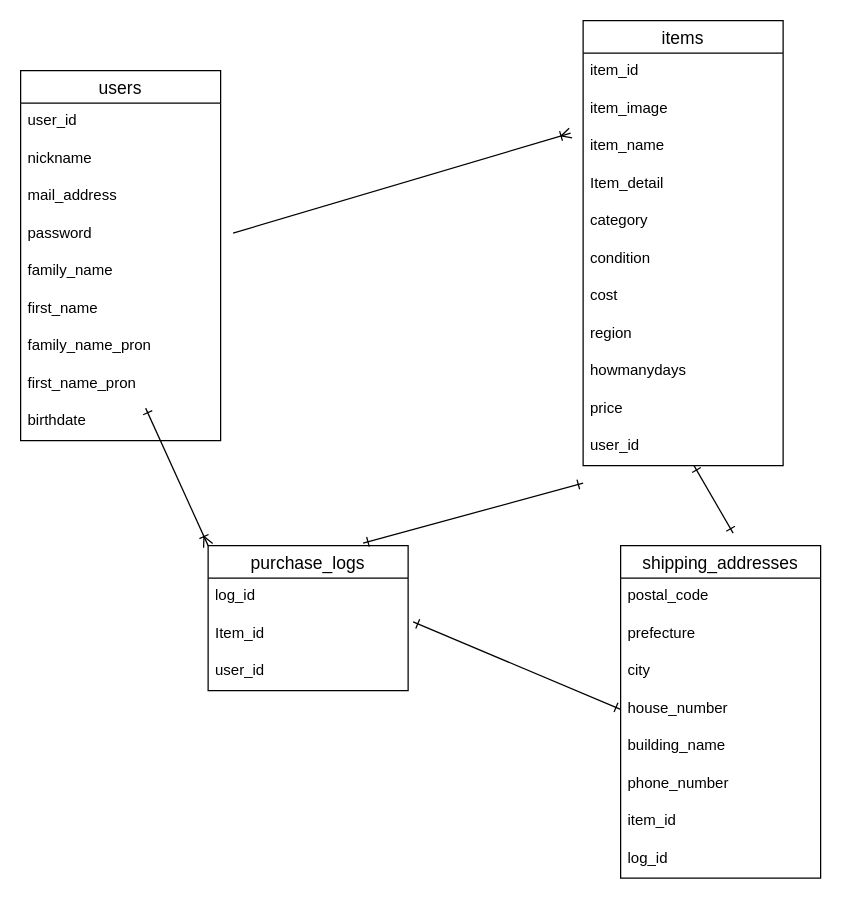
Above: planboard.dio in naoyaaaa/furima-39452 (draw.io), before the change. Source tidied: cells renumbered, new cells numbered last; positions are measured from the earlier drawing's top-left corner, leaving out a move shared by most shapes. Both pictures are drawn from the tidied source at 125%, with x=0, y=0 at pixel (20, 20).
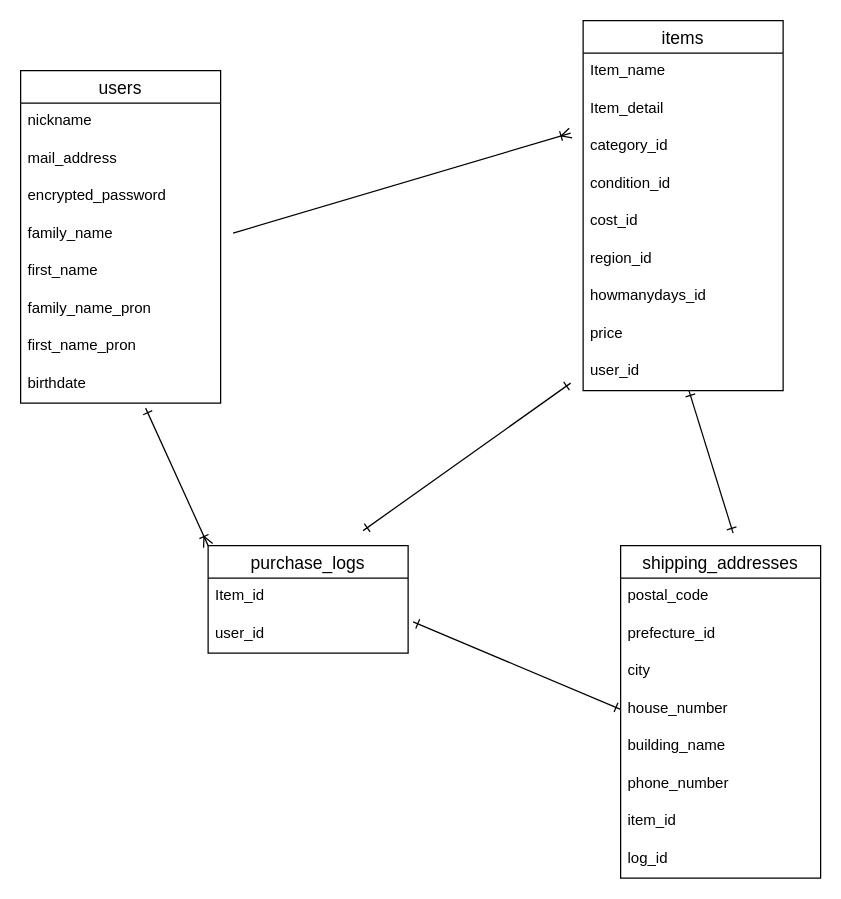
Above is the later version.

Commit message (it also covers changes not shown here):
データベース設計完了２

Unchanged cells that the change refers to:
```xml
<mxCell id="28" value="shipping_addresses" style="swimlane;fontStyle=0;horizontal=1;startSize=26;align=center;fontSize=14;" parent="1" vertex="1">
  <mxGeometry x="480" y="420" width="160" height="266" as="geometry" />
</mxCell>
<mxCell id="32" value="house_number" style="text;strokeColor=none;fillColor=none;spacingLeft=4;spacingRight=4;overflow=hidden;points=[[0,0.5],[1,0.5]];portConstraint=eastwest;fontSize=12;" parent="28" vertex="1">
  <mxGeometry y="116" width="160" height="30" as="geometry" />
</mxCell>
```

What changed in the source:
```diff
@@
     <mxCell id="2" value="users" style="swimlane;fontStyle=0;horizontal=1;startSize=26;align=center;fontSize=14;" parent="1" vertex="1">
-      <mxGeometry y="40" width="160" height="296" as="geometry" />
+      <mxGeometry y="40" width="160" height="266" as="geometry" />
     </mxCell>
-    <mxCell id="3" value="user_id" style="text;strokeColor=none;fillColor=none;spacingLeft=4;spacingRight=4;overflow=hidden;fontSize=12;" parent="2" vertex="1">
-      <mxGeometry y="26" width="160" height="30" as="geometry" />
-    </mxCell>
     <mxCell id="4" value="nickname" style="text;strokeColor=none;fillColor=none;spacingLeft=4;spacingRight=4;overflow=hidden;fontSize=12;" parent="2" vertex="1">
-      <mxGeometry y="56" width="160" height="30" as="geometry" />
+      <mxGeometry y="26" width="160" height="30" as="geometry" />
     </mxCell>
     <mxCell id="5" value="mail_address" style="text;strokeColor=none;fillColor=none;spacingLeft=4;spacingRight=4;overflow=hidden;fontSize=12;" parent="2" vertex="1">
-      <mxGeometry y="86" width="160" height="30" as="geometry" />
+      <mxGeometry y="56" width="160" height="30" as="geometry" />
     </mxCell>
-    <mxCell id="6" value="password" style="text;strokeColor=none;fillColor=none;spacingLeft=4;spacingRight=4;overflow=hidden;fontSize=12;" parent="2" vertex="1">
-      <mxGeometry y="116" width="160" height="30" as="geometry" />
+    <mxCell id="6" value="encrypted_password" style="text;strokeColor=none;fillColor=none;spacingLeft=4;spacingRight=4;overflow=hidden;fontSize=12;" parent="2" vertex="1">
+      <mxGeometry y="86" width="160" height="30" as="geometry" />
     </mxCell>
     <mxCell id="7" value="family_name" style="text;strokeColor=none;fillColor=none;spacingLeft=4;spacingRight=4;overflow=hidden;fontSize=12;" parent="2" vertex="1">
-      <mxGeometry y="146" width="160" height="30" as="geometry" />
+      <mxGeometry y="116" width="160" height="30" as="geometry" />
     </mxCell>
     <mxCell id="8" value="first_name" style="text;strokeColor=none;fillColor=none;spacingLeft=4;spacingRight=4;overflow=hidden;fontSize=12;" parent="2" vertex="1">
-      <mxGeometry y="176" width="160" height="30" as="geometry" />
+      <mxGeometry y="146" width="160" height="30" as="geometry" />
     </mxCell>
     <mxCell id="9" value="family_name_pron" style="text;strokeColor=none;fillColor=none;spacingLeft=4;spacingRight=4;overflow=hidden;fontSize=12;" parent="2" vertex="1">
-      <mxGeometry y="206" width="160" height="30" as="geometry" />
+      <mxGeometry y="176" width="160" height="30" as="geometry" />
     </mxCell>
     <mxCell id="10" value="first_name_pron" style="text;strokeColor=none;fillColor=none;spacingLeft=4;spacingRight=4;overflow=hidden;fontSize=12;" parent="2" vertex="1">
-      <mxGeometry y="236" width="160" height="30" as="geometry" />
+      <mxGeometry y="206" width="160" height="30" as="geometry" />
     </mxCell>
     <mxCell id="11" value="birthdate" style="text;strokeColor=none;fillColor=none;spacingLeft=4;spacingRight=4;overflow=hidden;fontSize=12;" parent="2" vertex="1">
-      <mxGeometry y="266" width="160" height="30" as="geometry" />
+      <mxGeometry y="236" width="160" height="30" as="geometry" />
     </mxCell>
     <mxCell id="12" value="items" style="swimlane;fontStyle=0;horizontal=1;startSize=26;align=center;fontSize=14;" parent="1" vertex="1">
-      <mxGeometry x="450" width="160" height="356" as="geometry" />
+      <mxGeometry x="450" width="160" height="296" as="geometry" />
     </mxCell>
-    <mxCell id="13" value="item_id" style="text;strokeColor=none;fillColor=none;spacingLeft=4;spacingRight=4;overflow=hidden;fontSize=12;" parent="12" vertex="1">
-      <mxGeometry y="26" width="160" height="30" as="geometry" />
-    </mxCell>
-    <mxCell id="14" value="item_image" style="text;strokeColor=none;fillColor=none;spacingLeft=4;spacingRight=4;overflow=hidden;fontSize=12;" parent="12" vertex="1">
-      <mxGeometry y="56" width="160" height="30" as="geometry" />
-    </mxCell>
-    <mxCell id="15" value="item_name" style="text;strokeColor=none;fillColor=none;spacingLeft=4;spacingRight=4;overflow=hidden;fontSize=12;" parent="12" vertex="1">
-      <mxGeometry y="86" width="160" height="30" as="geometry" />
-    </mxCell>
-    <mxCell id="16" value="Item_detail" style="text;strokeColor=none;fillColor=none;spacingLeft=4;spacingRight=4;overflow=hidden;fontSize=12;" parent="12" vertex="1">
-      <mxGeometry y="116" width="160" height="30" as="geometry" />
+    <mxCell id="16" value="Item_name" style="text;strokeColor=none;fillColor=none;spacingLeft=4;spacingRight=4;overflow=hidden;fontSize=12;" parent="12" vertex="1">
+      <mxGeometry y="26" width="160" height="30" as="geometry" />
     </mxCell>
+    <mxCell id="42" value="Item_detail" style="text;strokeColor=none;fillColor=none;spacingLeft=4;spacingRight=4;overflow=hidden;fontSize=12;" parent="12" vertex="1">
+      <mxGeometry y="56" width="160" height="30" as="geometry" />
+    </mxCell>
-    <mxCell id="17" value="category" style="text;strokeColor=none;fillColor=none;spacingLeft=4;spacingRight=4;overflow=hidden;fontSize=12;" parent="12" vertex="1">
-      <mxGeometry y="146" width="160" height="30" as="geometry" />
+    <mxCell id="17" value="category_id" style="text;strokeColor=none;fillColor=none;spacingLeft=4;spacingRight=4;overflow=hidden;fontSize=12;" parent="12" vertex="1">
+      <mxGeometry y="86" width="160" height="30" as="geometry" />
     </mxCell>
-    <mxCell id="18" value="condition" style="text;strokeColor=none;fillColor=none;spacingLeft=4;spacingRight=4;overflow=hidden;fontSize=12;" parent="12" vertex="1">
-      <mxGeometry y="176" width="160" height="30" as="geometry" />
+    <mxCell id="18" value="condition_id" style="text;strokeColor=none;fillColor=none;spacingLeft=4;spacingRight=4;overflow=hidden;fontSize=12;" parent="12" vertex="1">
+      <mxGeometry y="116" width="160" height="30" as="geometry" />
     </mxCell>
-    <mxCell id="19" value="cost" style="text;strokeColor=none;fillColor=none;spacingLeft=4;spacingRight=4;overflow=hidden;fontSize=12;" parent="12" vertex="1">
-      <mxGeometry y="206" width="160" height="30" as="geometry" />
+    <mxCell id="19" value="cost_id" style="text;strokeColor=none;fillColor=none;spacingLeft=4;spacingRight=4;overflow=hidden;fontSize=12;" parent="12" vertex="1">
+      <mxGeometry y="146" width="160" height="30" as="geometry" />
     </mxCell>
-    <mxCell id="20" value="region" style="text;strokeColor=none;fillColor=none;spacingLeft=4;spacingRight=4;overflow=hidden;fontSize=12;" parent="12" vertex="1">
-      <mxGeometry y="236" width="160" height="30" as="geometry" />
+    <mxCell id="20" value="region_id" style="text;strokeColor=none;fillColor=none;spacingLeft=4;spacingRight=4;overflow=hidden;fontSize=12;" parent="12" vertex="1">
+      <mxGeometry y="176" width="160" height="30" as="geometry" />
     </mxCell>
-    <mxCell id="21" value="howmanydays" style="text;strokeColor=none;fillColor=none;spacingLeft=4;spacingRight=4;overflow=hidden;fontSize=12;" parent="12" vertex="1">
-      <mxGeometry y="266" width="160" height="30" as="geometry" />
+    <mxCell id="21" value="howmanydays_id" style="text;strokeColor=none;fillColor=none;spacingLeft=4;spacingRight=4;overflow=hidden;fontSize=12;" parent="12" vertex="1">
+      <mxGeometry y="206" width="160" height="30" as="geometry" />
     </mxCell>
     <mxCell id="22" value="price" style="text;strokeColor=none;fillColor=none;spacingLeft=4;spacingRight=4;overflow=hidden;fontSize=12;" parent="12" vertex="1">
-      <mxGeometry y="296" width="160" height="30" as="geometry" />
+      <mxGeometry y="236" width="160" height="30" as="geometry" />
     </mxCell>
     <mxCell id="23" value="user_id" style="text;strokeColor=none;fillColor=none;spacingLeft=4;spacingRight=4;overflow=hidden;points=[[0,0.5],[1,0.5]];portConstraint=eastwest;fontSize=12;" parent="12" vertex="1">
-      <mxGeometry y="326" width="160" height="30" as="geometry" />
+      <mxGeometry y="266" width="160" height="30" as="geometry" />
     </mxCell>
     <mxCell id="24" value="purchase_logs" style="swimlane;fontStyle=0;horizontal=1;startSize=26;align=center;fontSize=14;" parent="1" vertex="1">
-      <mxGeometry x="150" y="420" width="160" height="116" as="geometry" />
+      <mxGeometry x="150" y="420" width="160" height="86" as="geometry" />
     </mxCell>
-    <mxCell id="25" value="log_id" style="text;strokeColor=none;fillColor=none;spacingLeft=4;spacingRight=4;overflow=hidden;points=[[0,0.5],[1,0.5]];portConstraint=eastwest;fontSize=12;" parent="24" vertex="1">
-      <mxGeometry y="26" width="160" height="30" as="geometry" />
-    </mxCell>
     <mxCell id="26" value="Item_id" style="text;strokeColor=none;fillColor=none;spacingLeft=4;spacingRight=4;overflow=hidden;fontSize=12;" parent="24" vertex="1">
-      <mxGeometry y="56" width="160" height="30" as="geometry" />
+      <mxGeometry y="26" width="160" height="30" as="geometry" />
     </mxCell>
     <mxCell id="27" value="user_id" style="text;strokeColor=none;fillColor=none;spacingLeft=4;spacingRight=4;overflow=hidden;fontSize=12;" parent="24" vertex="1">
-      <mxGeometry y="86" width="160" height="30" as="geometry" />
+      <mxGeometry y="56" width="160" height="30" as="geometry" />
     </mxCell>
@@
-    <mxCell id="30" value="prefecture" style="text;strokeColor=none;fillColor=none;spacingLeft=4;spacingRight=4;overflow=hidden;fontSize=12;" parent="28" vertex="1">
+    <mxCell id="30" value="prefecture_id" style="text;strokeColor=none;fillColor=none;spacingLeft=4;spacingRight=4;overflow=hidden;fontSize=12;" parent="28" vertex="1">
       <mxGeometry y="56" width="160" height="30" as="geometry" />
     </mxCell>
@@
-    <mxCell id="37" style="edgeStyle=none;html=1;exitX=1.025;exitY=1.167;exitDx=0;exitDy=0;entryX=0;entryY=0.5;entryDx=0;entryDy=0;endArrow=ERone;endFill=0;startArrow=ERone;startFill=0;exitPerimeter=0;" parent="1" edge="1" source="25" target="32">
-      <mxGeometry relative="1" as="geometry" />
+    <mxCell id="37" style="edgeStyle=none;html=1;exitX=1.025;exitY=1.167;exitDx=0;exitDy=0;entryX=0;entryY=0.5;entryDx=0;entryDy=0;endArrow=ERone;endFill=0;startArrow=ERone;startFill=0;exitPerimeter=0;" parent="1" edge="1" target="32">
+      <mxGeometry relative="1" as="geometry">
+        <mxPoint x="314" y="481" as="sourcePoint" />
+      </mxGeometry>
     </mxCell>
@@
     <mxCell id="39" style="edgeStyle=none;html=1;endArrow=ERone;endFill=0;startArrow=ERone;startFill=0;" parent="1" edge="1">
       <mxGeometry relative="1" as="geometry">
-        <mxPoint x="450" y="370" as="sourcePoint" />
-        <mxPoint x="274" y="418" as="targetPoint" />
+        <mxPoint x="440" y="290" as="sourcePoint" />
+        <mxPoint x="274" y="408" as="targetPoint" />
       </mxGeometry>
     </mxCell>
```
